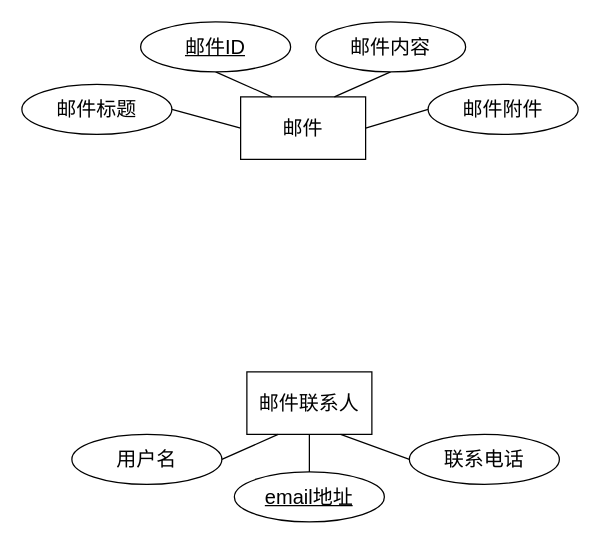
Above: Untitled Diagram.drawio in Kristoff-starling/ERDiagrams (draw.io), before the change. Source tidied: cells renumbered, new cells numbered last; positions are measured from the earlier drawing's top-left corner, leaving out a move shared by most shapes. Both pictures are drawn from the tidied source at 125%, with x=0, y=0 at pixel (21, 21).
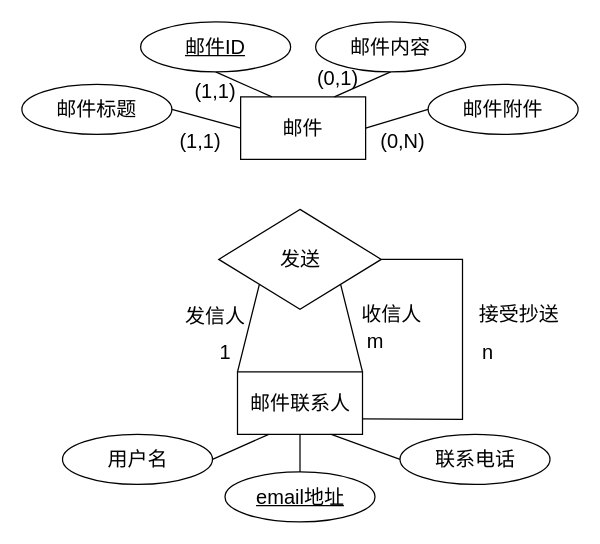
After the change.

What changed in the source:
```diff
@@
+    <mxCell id="18" style="edgeStyle=none;rounded=0;jettySize=auto;html=1;exitX=0;exitY=0;exitDx=0;exitDy=0;entryX=0;entryY=1;entryDx=0;entryDy=0;strokeColor=default;fontSize=16;endArrow=none;endFill=0;fillColor=none;" parent="1" edge="1" source="2" target="21">
+      <mxGeometry relative="1" as="geometry" />
+    </mxCell>
+    <mxCell id="19" style="edgeStyle=none;rounded=0;jettySize=auto;html=1;exitX=1;exitY=0;exitDx=0;exitDy=0;entryX=1;entryY=1;entryDx=0;entryDy=0;strokeColor=default;fontSize=16;endArrow=none;endFill=0;fillColor=none;" parent="1" edge="1" source="2" target="21">
+      <mxGeometry relative="1" as="geometry" />
+    </mxCell>
     <mxCell id="2" value="&lt;font style=&quot;font-size: 16px;&quot;&gt;邮件联系人&lt;/font&gt;" style="rounded=0;whiteSpace=wrap;html=1;" parent="1" vertex="1">
-      <mxGeometry x="180" y="280" width="100" height="50" as="geometry" />
+      <mxGeometry x="172.5" y="280" width="100" height="50" as="geometry" />
     </mxCell>
@@
     <mxCell id="4" value="用户名" style="ellipse;whiteSpace=wrap;html=1;fontSize=16;" parent="1" vertex="1">
-      <mxGeometry x="40" y="330" width="120" height="40" as="geometry" />
+      <mxGeometry x="32.5" y="330" width="120" height="40" as="geometry" />
     </mxCell>
@@
     <mxCell id="6" value="&lt;u&gt;email地址&lt;/u&gt;" style="ellipse;whiteSpace=wrap;html=1;fontSize=16;" parent="1" vertex="1">
-      <mxGeometry x="170" y="360" width="120" height="40" as="geometry" />
+      <mxGeometry x="162.5" y="360" width="120" height="40" as="geometry" />
     </mxCell>
@@
     <mxCell id="8" value="联系电话" style="ellipse;whiteSpace=wrap;html=1;fontSize=16;" parent="1" vertex="1">
-      <mxGeometry x="310" y="330" width="120" height="40" as="geometry" />
+      <mxGeometry x="302.5" y="330" width="120" height="40" as="geometry" />
     </mxCell>
@@
+    <mxCell id="20" style="edgeStyle=none;rounded=0;jettySize=auto;html=1;exitX=1;exitY=0.5;exitDx=0;exitDy=0;entryX=1;entryY=0.75;entryDx=0;entryDy=0;strokeColor=default;fontSize=16;endArrow=none;endFill=0;fillColor=none;" parent="1" edge="1" source="21" target="2">
+      <mxGeometry relative="1" as="geometry">
+        <Array as="points">
+          <mxPoint x="352.5" y="190" />
+          <mxPoint x="352.5" y="318" />
+        </Array>
+      </mxGeometry>
+    </mxCell>
+    <mxCell id="21" value="发送" style="rhombus;whiteSpace=wrap;html=1;fontSize=16;" parent="1" vertex="1">
+      <mxGeometry x="157.5" y="150" width="130" height="80" as="geometry" />
+    </mxCell>
+    <mxCell id="22" value="发信人" style="text;html=1;strokeColor=none;fillColor=none;align=center;verticalAlign=middle;whiteSpace=wrap;rounded=0;fontSize=16;" parent="1" vertex="1">
+      <mxGeometry x="125" y="220" width="60" height="30" as="geometry" />
+    </mxCell>
+    <mxCell id="23" value="收信人" style="text;html=1;strokeColor=none;fillColor=none;align=center;verticalAlign=middle;whiteSpace=wrap;rounded=0;fontSize=16;" parent="1" vertex="1">
+      <mxGeometry x="265.5" y="219" width="60" height="30" as="geometry" />
+    </mxCell>
+    <mxCell id="24" value="接受抄送" style="text;html=1;strokeColor=none;fillColor=none;align=center;verticalAlign=middle;whiteSpace=wrap;rounded=0;fontSize=16;" parent="1" vertex="1">
+      <mxGeometry x="352.5" y="219" width="90" height="30" as="geometry" />
+    </mxCell>
+    <mxCell id="25" value="1" style="text;html=1;strokeColor=none;fillColor=none;align=center;verticalAlign=middle;whiteSpace=wrap;rounded=0;fontSize=16;" parent="1" vertex="1">
+      <mxGeometry x="132.5" y="249" width="60" height="30" as="geometry" />
+    </mxCell>
+    <mxCell id="26" value="m" style="text;html=1;strokeColor=none;fillColor=none;align=center;verticalAlign=middle;whiteSpace=wrap;rounded=0;fontSize=16;" parent="1" vertex="1">
+      <mxGeometry x="252.5" y="240" width="60" height="30" as="geometry" />
+    </mxCell>
+    <mxCell id="27" value="n" style="text;html=1;strokeColor=none;fillColor=none;align=center;verticalAlign=middle;whiteSpace=wrap;rounded=0;fontSize=16;" parent="1" vertex="1">
+      <mxGeometry x="342.5" y="249" width="60" height="30" as="geometry" />
+    </mxCell>
+    <mxCell id="28" value="(1,1)" style="text;html=1;strokeColor=none;fillColor=none;align=center;verticalAlign=middle;whiteSpace=wrap;rounded=0;fontSize=16;" parent="1" vertex="1">
+      <mxGeometry x="112.5" y="80" width="60" height="30" as="geometry" />
+    </mxCell>
+    <mxCell id="29" value="(1,1)" style="text;html=1;strokeColor=none;fillColor=none;align=center;verticalAlign=middle;whiteSpace=wrap;rounded=0;fontSize=16;" parent="1" vertex="1">
+      <mxGeometry x="125" y="40" width="60" height="30" as="geometry" />
+    </mxCell>
+    <mxCell id="30" value="(0,1)" style="text;html=1;strokeColor=none;fillColor=none;align=center;verticalAlign=middle;whiteSpace=wrap;rounded=0;fontSize=16;" parent="1" vertex="1">
+      <mxGeometry x="222.5" y="30" width="60" height="30" as="geometry" />
+    </mxCell>
+    <mxCell id="31" value="(0,N)" style="text;html=1;strokeColor=none;fillColor=none;align=center;verticalAlign=middle;whiteSpace=wrap;rounded=0;fontSize=16;" parent="1" vertex="1">
+      <mxGeometry x="275" y="80" width="60" height="30" as="geometry" />
+    </mxCell>
```
